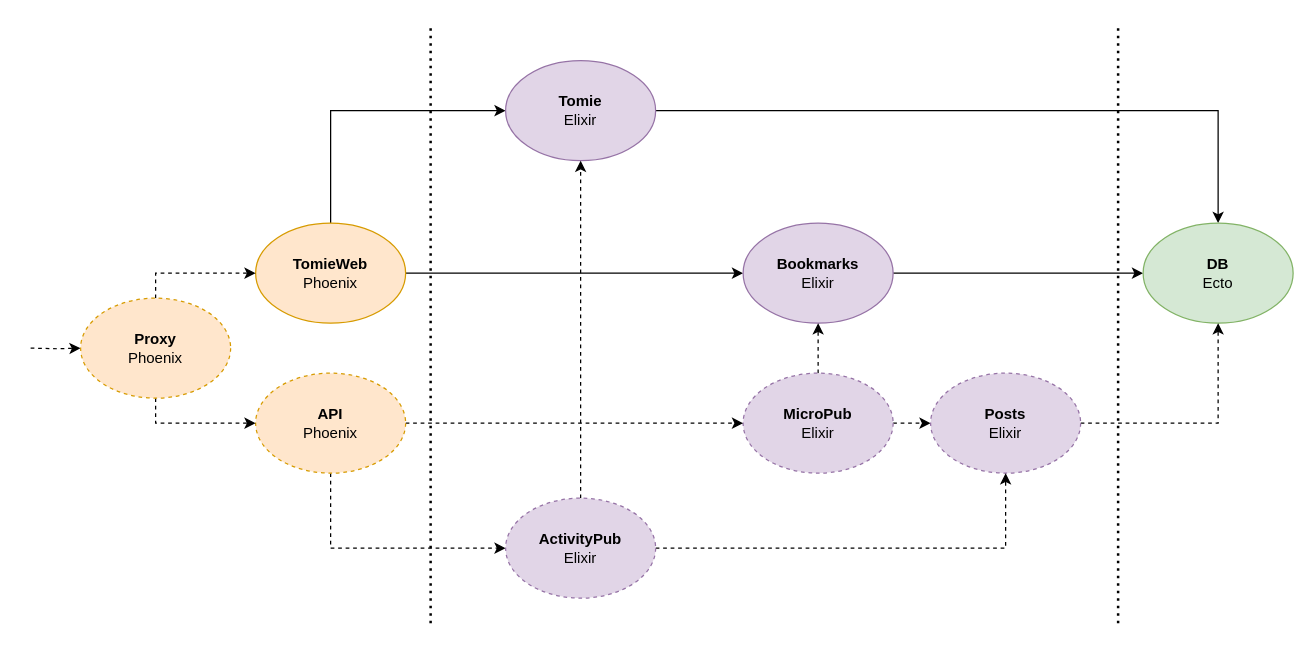
inhji/tomie_mirror keeps this draw.io diagram as docs/arch.drawio. Above is the earlier version. Source tidied: cells renumbered, new cells numbered last; positions are measured from the earlier drawing's top-left corner, leaving out a move shared by most shapes. Both pictures are drawn from the tidied source at 125%, with x=0, y=0 at pixel (30, 22).
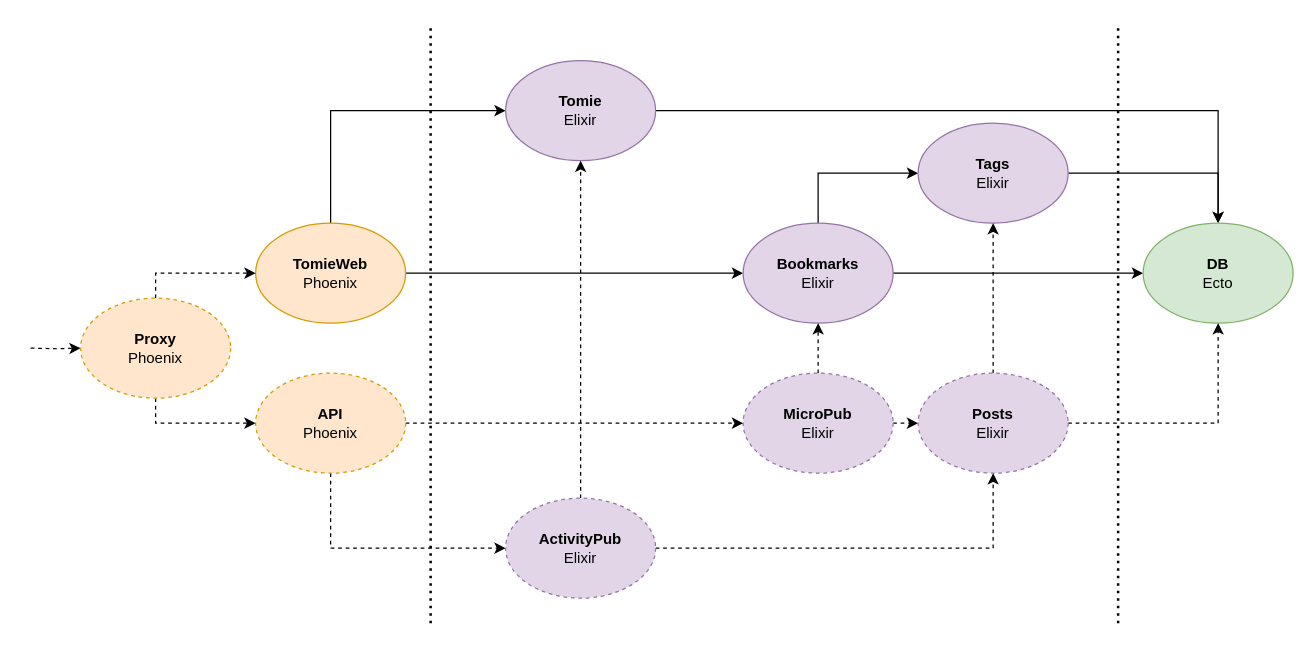
After the change.

Commit message (it also covers changes not shown here):
update arch diagram

Unchanged cells that the change refers to:
```xml
<mxCell id="8" value="&lt;div&gt;&lt;b&gt;Bookmarks&lt;/b&gt;&lt;/div&gt;&lt;div&gt;Elixir&lt;br&gt;&lt;/div&gt;" style="ellipse;whiteSpace=wrap;html=1;fillColor=#e1d5e7;strokeColor=#9673a6;" parent="1" vertex="1">
  <mxGeometry x="570" y="160" width="120" height="80" as="geometry" />
</mxCell>
<mxCell id="9" value="&lt;div&gt;&lt;b&gt;DB&lt;/b&gt;&lt;/div&gt;&lt;div&gt;Ecto&lt;br&gt;&lt;/div&gt;" style="ellipse;whiteSpace=wrap;html=1;fillColor=#d5e8d4;strokeColor=#82b366;" parent="1" vertex="1">
  <mxGeometry x="890" y="160" width="120" height="80" as="geometry" />
</mxCell>
```

Diff of the diagram source:
```diff
@@
+    <mxCell id="27" style="edgeStyle=orthogonalEdgeStyle;rounded=0;jettySize=auto;html=1;exitX=0.5;exitY=0;exitDx=0;exitDy=0;entryX=0;entryY=0.5;entryDx=0;entryDy=0;" parent="1" edge="1" source="8" target="29">
+      <mxGeometry relative="1" as="geometry" />
+    </mxCell>
@@
+    <mxCell id="28" style="edgeStyle=orthogonalEdgeStyle;rounded=0;jettySize=auto;html=1;exitX=1;exitY=0.5;exitDx=0;exitDy=0;entryX=0.5;entryY=0;entryDx=0;entryDy=0;" parent="1" edge="1" source="29" target="9">
+      <mxGeometry relative="1" as="geometry" />
+    </mxCell>
+    <mxCell id="29" value="&lt;div&gt;&lt;b&gt;Tags&lt;/b&gt;&lt;/div&gt;&lt;div&gt;Elixir&lt;br&gt;&lt;/div&gt;" style="ellipse;whiteSpace=wrap;html=1;fillColor=#e1d5e7;strokeColor=#9673a6;" parent="1" vertex="1">
+      <mxGeometry x="710" y="80" width="120" height="80" as="geometry" />
+    </mxCell>
@@
+    <mxCell id="30" style="edgeStyle=orthogonalEdgeStyle;rounded=0;jettySize=auto;html=1;exitX=0.5;exitY=0;exitDx=0;exitDy=0;entryX=0.5;entryY=1;entryDx=0;entryDy=0;dashed=1;" parent="1" edge="1" source="16" target="29">
+      <mxGeometry relative="1" as="geometry" />
+    </mxCell>
     <mxCell id="16" value="&lt;div&gt;&lt;b&gt;Posts&lt;/b&gt;&lt;/div&gt;&lt;div&gt;Elixir&lt;b&gt;&lt;br&gt;&lt;/b&gt;&lt;/div&gt;" style="ellipse;whiteSpace=wrap;html=1;dashed=1;fillColor=#e1d5e7;strokeColor=#9673a6;" parent="1" vertex="1">
-      <mxGeometry x="720" y="280" width="120" height="80" as="geometry" />
+      <mxGeometry x="710" y="280" width="120" height="80" as="geometry" />
     </mxCell>
```
